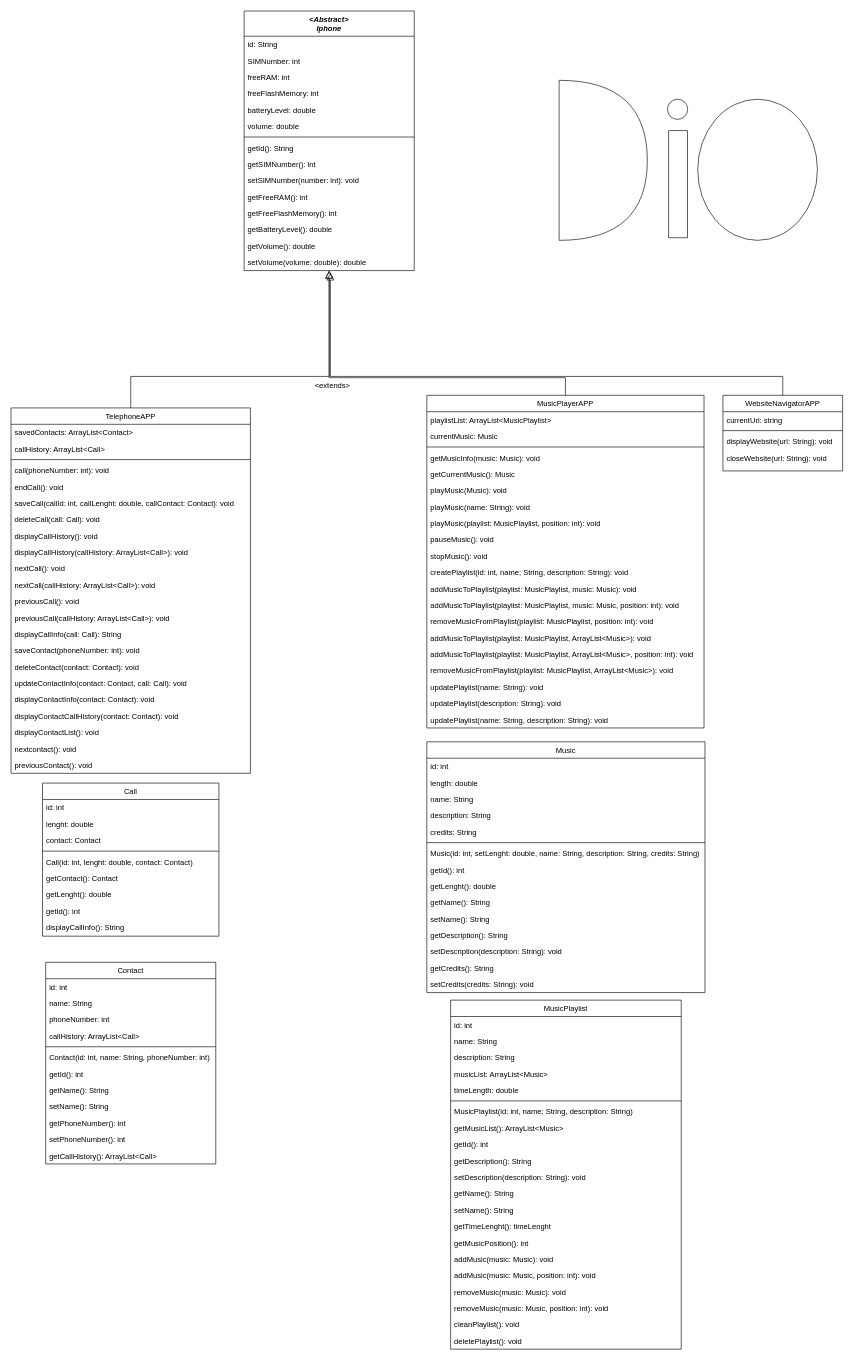
pedrogamedev/DIO-UMLIphone keeps this draw.io diagram as iphone.drawio. Above is the earlier version. Source tidied: cells renumbered, new cells numbered last; positions are measured from the earlier drawing's top-left corner, leaving out a move shared by most shapes. Both pictures are drawn from the tidied source at 63%, with x=0, y=0 at pixel (11, 11).
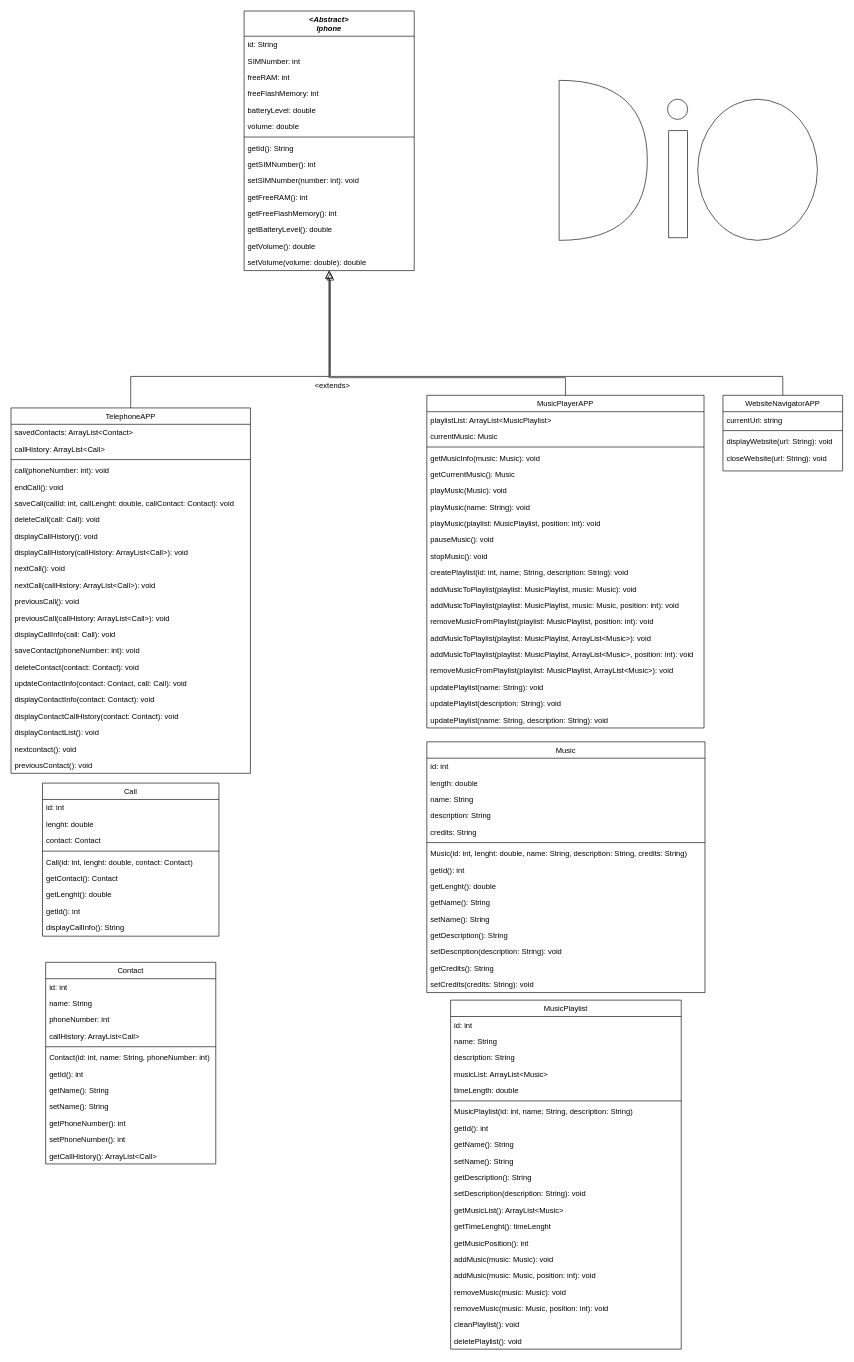
The same diagram, later.

Commit message:
ajustes finais UML iphone

Unchanged cells that the change refers to:
```xml
<mxCell id="18" value="TelephoneAPP" style="swimlane;fontStyle=0;align=center;verticalAlign=top;horizontal=1;startSize=26;rounded=0;shadow=0;strokeWidth=1;" parent="1" vertex="1">
  <mxGeometry y="630" width="380" height="580" as="geometry" />
</mxCell>
<mxCell id="65" value="MusicPlaylist" style="swimlane;fontStyle=0;align=center;verticalAlign=top;horizontal=1;startSize=26;rounded=0;shadow=0;strokeWidth=1;" parent="1" vertex="1">
  <mxGeometry x="697.8" y="1570" width="366" height="554" as="geometry" />
</mxCell>
<mxCell id="87" value="Music" style="swimlane;fontStyle=0;align=center;verticalAlign=top;horizontal=1;startSize=26;rounded=0;shadow=0;strokeWidth=1;" parent="1" vertex="1">
  <mxGeometry x="660" y="1160" width="441.5" height="398" as="geometry" />
</mxCell>
```

Change to the diagram source:
```diff
@@
-    <mxCell id="32" value="displayCallInfo(call: Call): String" style="text;align=left;verticalAlign=top;spacingLeft=4;spacingRight=4;overflow=hidden;" parent="18" vertex="1">
+    <mxCell id="32" value="displayCallInfo(call: Call): void" style="text;align=left;verticalAlign=top;spacingLeft=4;spacingRight=4;overflow=hidden;" parent="18" vertex="1">
       <mxGeometry y="346" width="380" height="26" as="geometry" />
     </mxCell>
@@
-    <mxCell id="73" value="getMusicList(): ArrayList&lt;Music&gt;" style="text;align=left;verticalAlign=top;spacingLeft=4;spacingRight=4;overflow=hidden;" parent="65" vertex="1">
-      <mxGeometry y="190" width="366" height="26" as="geometry" />
-    </mxCell>
     <mxCell id="74" value="getId(): int&#10;" style="text;align=left;verticalAlign=top;spacingLeft=4;spacingRight=4;overflow=hidden;" parent="65" vertex="1">
-      <mxGeometry y="216" width="366" height="26" as="geometry" />
+      <mxGeometry y="190" width="366" height="26" as="geometry" />
     </mxCell>
+    <mxCell id="77" value="getName(): String&#10;" style="text;align=left;verticalAlign=top;spacingLeft=4;spacingRight=4;overflow=hidden;" parent="65" vertex="1">
+      <mxGeometry y="216" width="366" height="26" as="geometry" />
+    </mxCell>
+    <mxCell id="78" value="setName(): String&#10;" style="text;align=left;verticalAlign=top;spacingLeft=4;spacingRight=4;overflow=hidden;" parent="65" vertex="1">
+      <mxGeometry y="242" width="366" height="26" as="geometry" />
+    </mxCell>
     <mxCell id="75" value="getDescription(): String&#10;" style="text;align=left;verticalAlign=top;spacingLeft=4;spacingRight=4;overflow=hidden;" parent="65" vertex="1">
-      <mxGeometry y="242" width="366" height="26" as="geometry" />
+      <mxGeometry y="268" width="366" height="26" as="geometry" />
     </mxCell>
     <mxCell id="76" value="setDescription(description: String): void" style="text;align=left;verticalAlign=top;spacingLeft=4;spacingRight=4;overflow=hidden;" parent="65" vertex="1">
-      <mxGeometry y="268" width="366" height="26" as="geometry" />
+      <mxGeometry y="294" width="366" height="26" as="geometry" />
     </mxCell>
-    <mxCell id="77" value="getName(): String&#10;" style="text;align=left;verticalAlign=top;spacingLeft=4;spacingRight=4;overflow=hidden;" parent="65" vertex="1">
-      <mxGeometry y="294" width="366" height="26" as="geometry" />
-    </mxCell>
-    <mxCell id="78" value="setName(): String&#10;" style="text;align=left;verticalAlign=top;spacingLeft=4;spacingRight=4;overflow=hidden;" parent="65" vertex="1">
-      <mxGeometry y="320" width="366" height="26" as="geometry" />
-    </mxCell>
+    <mxCell id="73" value="getMusicList(): ArrayList&lt;Music&gt;" style="text;align=left;verticalAlign=top;spacingLeft=4;spacingRight=4;overflow=hidden;" parent="65" vertex="1">
+      <mxGeometry y="320" width="366" height="26" as="geometry" />
+    </mxCell>
@@
-    <mxCell id="94" value="Music(id: int, setLenght: double, name: String, description: String, credits: String)&#10;" style="text;align=left;verticalAlign=top;spacingLeft=4;spacingRight=4;overflow=hidden;" parent="87" vertex="1">
+    <mxCell id="94" value="Music(id: int, lenght: double, name: String, description: String, credits: String)&#10;" style="text;align=left;verticalAlign=top;spacingLeft=4;spacingRight=4;overflow=hidden;" parent="87" vertex="1">
       <mxGeometry y="164" width="441.5" height="26" as="geometry" />
     </mxCell>
```
